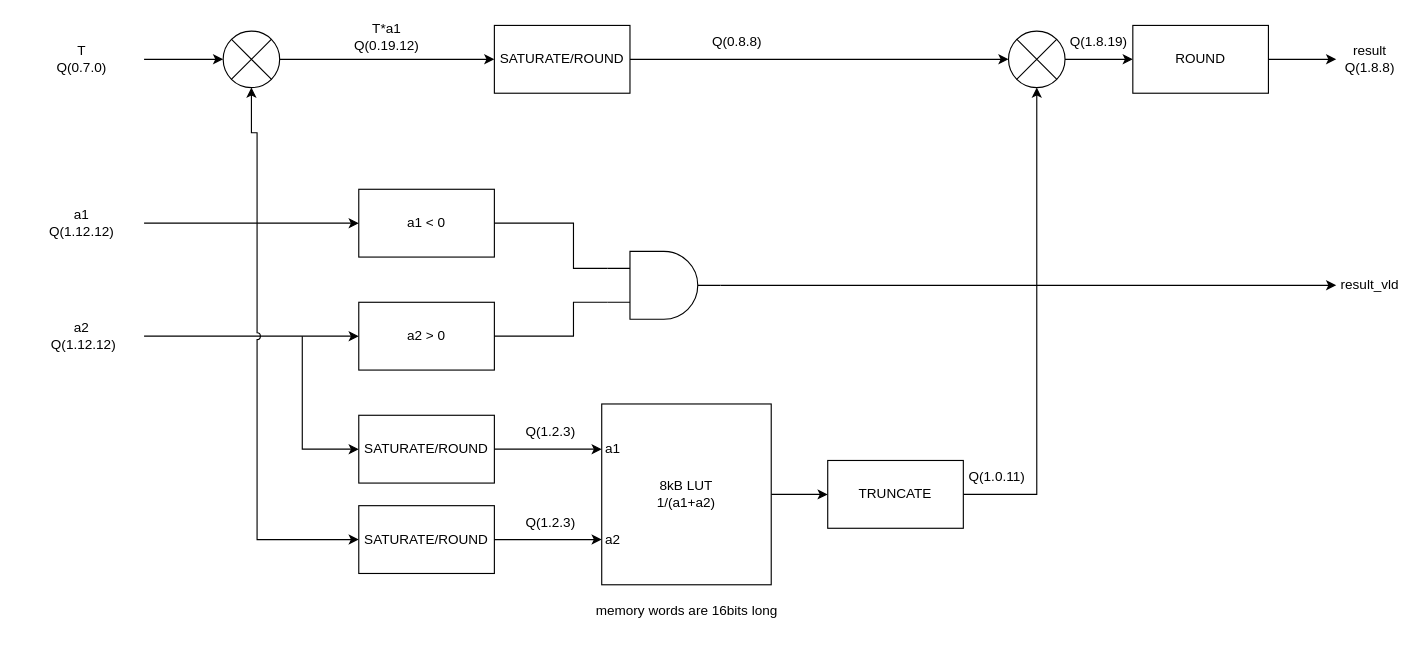
Earlier version of the draw.io diagram Interpolator.drawio (maj77/DCFD). Source tidied: cells renumbered, new cells numbered last; positions are measured from the earlier drawing's top-left corner, leaving out a move shared by most shapes. Both pictures are drawn from the tidied source at 113%, with x=0, y=0 at pixel (19, 19).
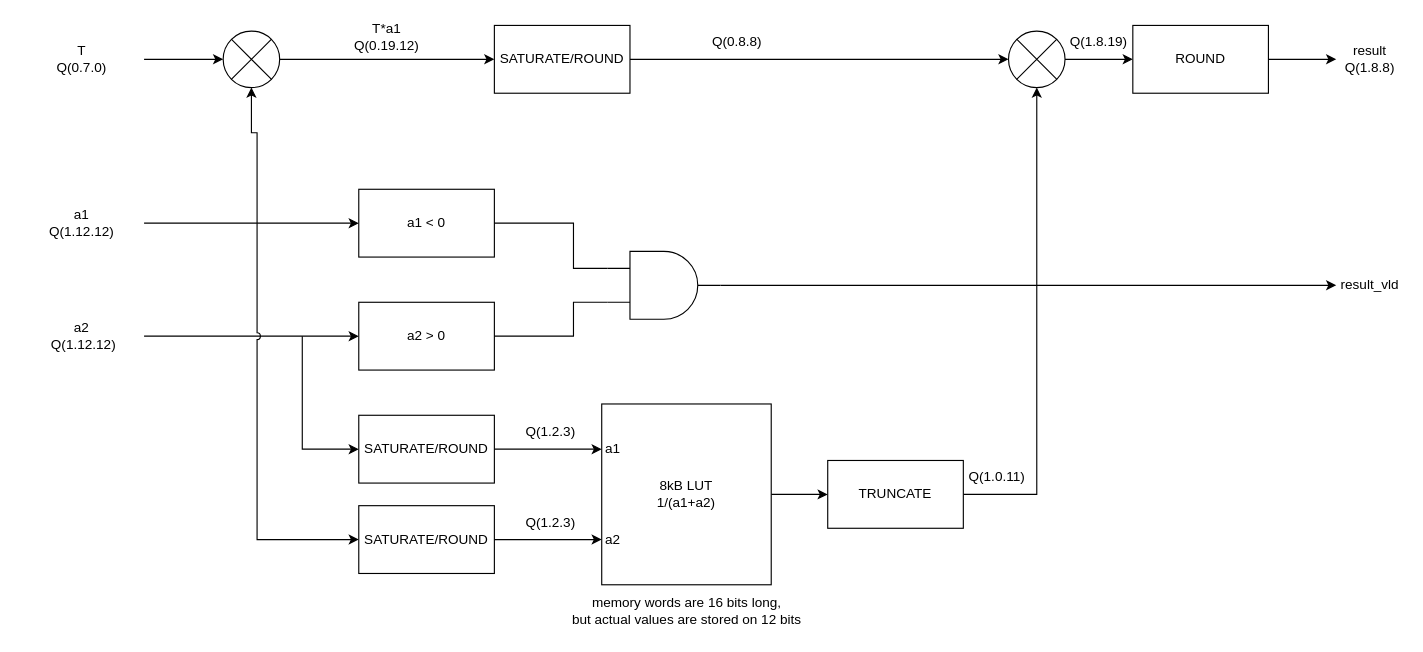
Above is the later version.

Commit message:
added block diagram for new version of interpolator module

What changed in the source:
```diff
@@
-    <mxCell id="43" value="memory words are 16bits long" style="text;html=1;align=center;verticalAlign=middle;strokeColor=none;fillColor=none;" parent="1" vertex="1">
-      <mxGeometry x="500" y="508" width="180" height="30" as="geometry" />
+    <mxCell id="43" value="memory words are 16 bits long, &lt;br&gt;but actual values are stored on 12 bits" style="text;html=1;align=center;verticalAlign=middle;strokeColor=none;fillColor=none;" parent="1" vertex="1">
+      <mxGeometry x="475" y="503" width="230" height="40" as="geometry" />
     </mxCell>
```
